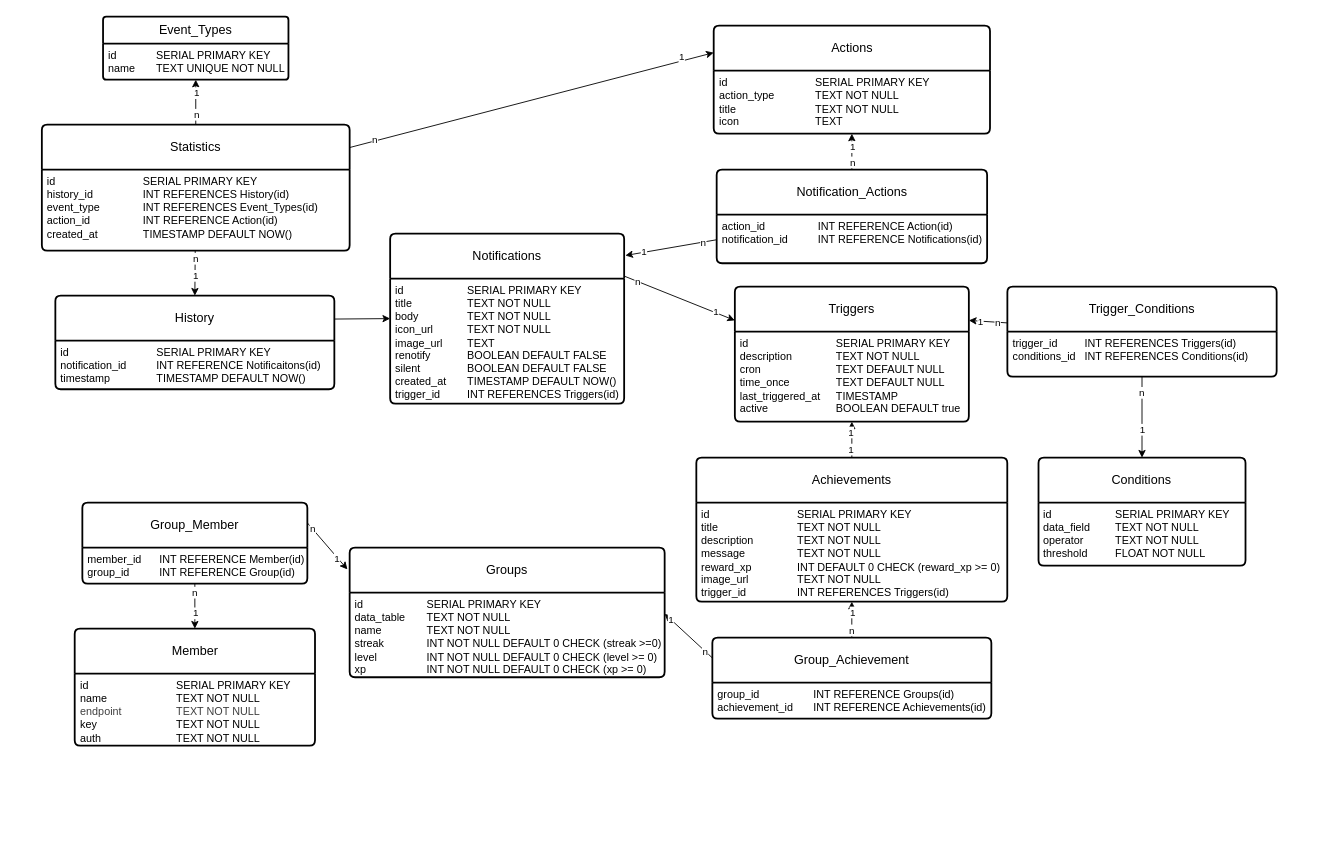
olHannes/WebPush-Docs keeps this draw.io diagram as Database/docs/database_construction.drawio. Above is the earlier version. Source tidied: cells renumbered, new cells numbered last; positions are measured from the earlier drawing's top-left corner, leaving out a move shared by most shapes. Both pictures are drawn from the tidied source at 90%, with x=0, y=0 at pixel (41, 16).
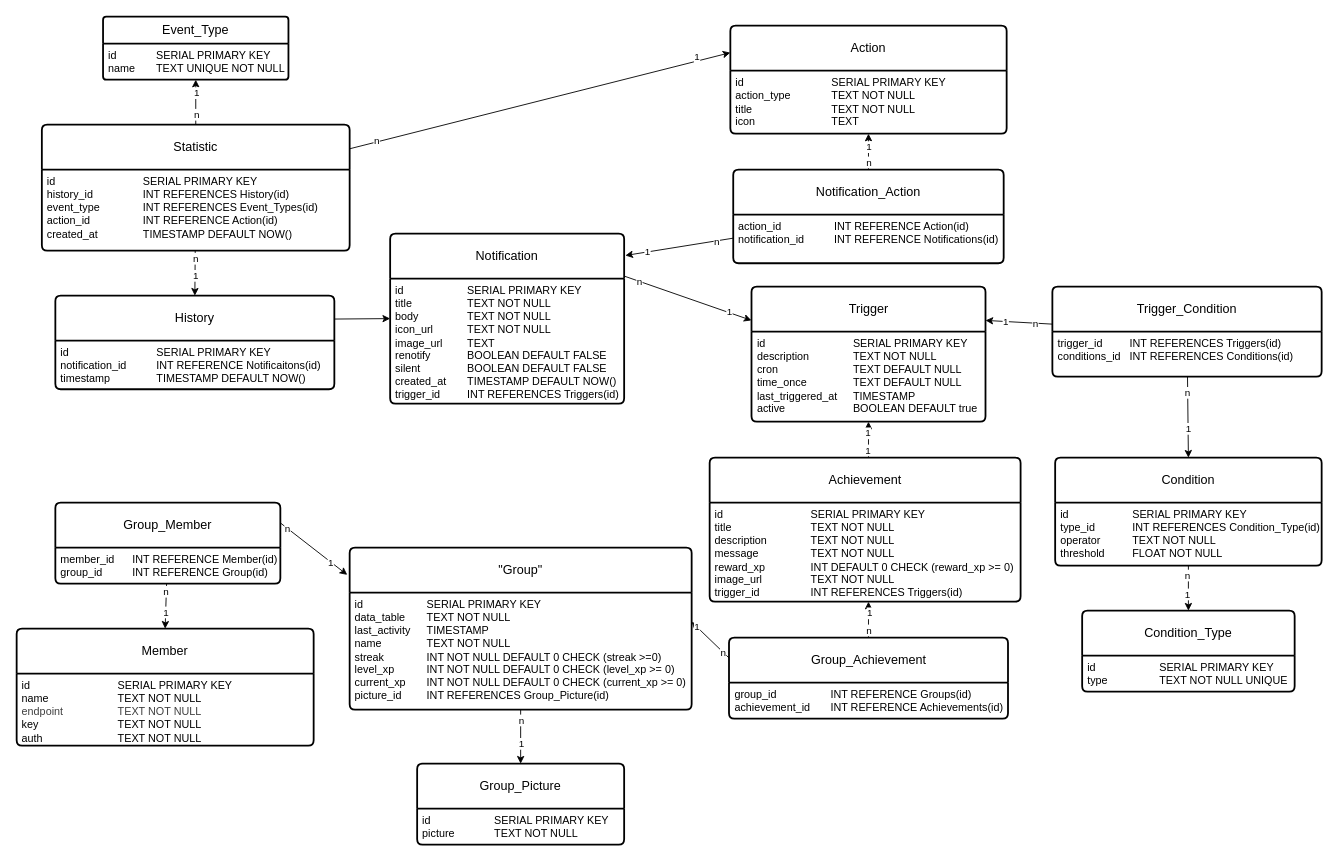
After the change.

Commit message (it also covers changes not shown here):
refactored database

Unchanged cells that the change refers to:
```xml
<mxCell id="5" value="id&lt;span style=&quot;white-space: pre;&quot;&gt;&#9;&lt;/span&gt;&lt;span style=&quot;white-space: pre;&quot;&gt;&#9;&lt;/span&gt;&lt;span style=&quot;white-space: pre;&quot;&gt;&#9;&lt;span style=&quot;white-space: pre;&quot;&gt;&#9;&lt;/span&gt;&lt;/span&gt;SERIAL PRIMARY KEY&lt;div&gt;&lt;div&gt;&lt;font color=&quot;#000000&quot;&gt;description&lt;span style=&quot;white-space: pre;&quot;&gt;&#9;&lt;/span&gt;&lt;span style=&quot;white-space: pre;&quot;&gt;&#9;&lt;/span&gt;TEXT NOT NULL&lt;/font&gt;&lt;/div&gt;&lt;div&gt;&lt;font color=&quot;#000000&quot;&gt;cron&amp;nbsp;&lt;span style=&quot;white-space: pre;&quot;&gt;&#9;&lt;/span&gt;&lt;span style=&quot;white-space: pre;&quot;&gt;&#9;&lt;/span&gt;&lt;span style=&quot;white-space: pre;&quot;&gt;&#9;&lt;/span&gt;TEXT DEFAULT NULL&lt;/font&gt;&lt;/div&gt;&lt;div&gt;time_once&lt;span style=&quot;white-space: pre;&quot;&gt;&#9;&lt;/span&gt;&lt;span style=&quot;white-space: pre;&quot;&gt;&#9;&lt;/span&gt;TEXT DEFAULT NULL&lt;/div&gt;&lt;div&gt;&lt;font color=&quot;#000000&quot;&gt;last_triggered_at&lt;span style=&quot;white-space: pre;&quot;&gt;&#9;&lt;/span&gt;TIMESTAMP&lt;/font&gt;&lt;/div&gt;&lt;div&gt;&lt;font color=&quot;#000000&quot;&gt;active&lt;span style=&quot;white-space: pre;&quot;&gt;&#9;&lt;/span&gt;&lt;span style=&quot;white-space: pre;&quot;&gt;&#9;&lt;/span&gt;&lt;span style=&quot;white-space: pre;&quot;&gt;&#9;&lt;/span&gt;BOOLEAN DEFAULT true&lt;/font&gt;&lt;/div&gt;&lt;/div&gt;" style="align=left;strokeColor=none;fillColor=none;spacingLeft=4;fontSize=12;verticalAlign=top;html=1;" parent="4" vertex="1">
  <mxGeometry y="50" width="260" height="100" as="geometry" />
</mxCell>
<mxCell id="28" value="id&lt;span style=&quot;white-space: pre;&quot;&gt;&#9;&lt;/span&gt;&lt;span style=&quot;white-space: pre;&quot;&gt;&#9;&lt;/span&gt;&lt;span style=&quot;white-space: pre;&quot;&gt;&#9;&lt;span style=&quot;white-space: pre;&quot;&gt;&#9;&lt;/span&gt;&lt;/span&gt;SERIAL PRIMARY KEY&lt;div&gt;&lt;font color=&quot;#000000&quot;&gt;title&lt;span style=&quot;white-space: pre;&quot;&gt;&#9;&lt;/span&gt;&lt;span style=&quot;white-space: pre;&quot;&gt;&#9;&lt;/span&gt;&lt;span style=&quot;white-space: pre;&quot;&gt;&#9;&lt;/span&gt;&lt;span style=&quot;white-space: pre;&quot;&gt;&#9;&lt;/span&gt;TEXT NOT NULL&lt;br&gt;&lt;/font&gt;&lt;div&gt;&lt;div&gt;description&lt;span style=&quot;white-space: pre;&quot;&gt;&#9;&lt;/span&gt;&lt;span style=&quot;white-space: pre;&quot;&gt;&#9;&lt;/span&gt;TEXT NOT NULL&lt;/div&gt;&lt;div&gt;message&lt;span style=&quot;white-space: pre;&quot;&gt;&#9;&lt;/span&gt;&lt;span style=&quot;white-space: pre;&quot;&gt;&#9;&lt;/span&gt;&lt;span style=&quot;white-space: pre;&quot;&gt;&#9;&lt;/span&gt;TEXT NOT NULL&lt;/div&gt;&lt;div&gt;reward_xp&lt;span style=&quot;white-space: pre;&quot;&gt;&#9;&lt;/span&gt;&lt;span style=&quot;white-space: pre;&quot;&gt;&#9;&lt;/span&gt;INT DEFAULT 0 CHECK (reward_xp &amp;gt;= 0)&lt;/div&gt;&lt;div&gt;image_url&lt;span style=&quot;white-space: pre;&quot;&gt;&#9;&lt;/span&gt;&lt;span style=&quot;white-space: pre;&quot;&gt;&#9;&lt;/span&gt;TEXT NOT NULL&lt;/div&gt;&lt;div&gt;trigger_id&lt;span style=&quot;white-space: pre;&quot;&gt;&#9;&lt;/span&gt;&lt;span style=&quot;white-space: pre;&quot;&gt;&#9;&lt;/span&gt;&lt;span style=&quot;white-space: pre;&quot;&gt;&#9;&lt;/span&gt;INT REFERENCES Triggers(id)&lt;/div&gt;&lt;/div&gt;&lt;/div&gt;" style="align=left;strokeColor=none;fillColor=none;spacingLeft=4;fontSize=12;verticalAlign=top;html=1;" parent="27" vertex="1">
  <mxGeometry y="50" width="345.5" height="110" as="geometry" />
</mxCell>
```

What changed in the source:
```diff
@@
-    <mxCell id="2" value="Notifications" style="swimlane;horizontal=1;startSize=50;rounded=1;fontSize=14;fontStyle=0;strokeWidth=2;shadow=0;dashed=0;align=center;arcSize=4;whiteSpace=wrap;html=1;" parent="1" vertex="1">
+    <mxCell id="2" value="Notification" style="swimlane;horizontal=1;startSize=50;rounded=1;fontSize=14;fontStyle=0;strokeWidth=2;shadow=0;dashed=0;align=center;arcSize=4;whiteSpace=wrap;html=1;" parent="1" vertex="1">
       <mxGeometry x="387" y="241" width="260" height="189" as="geometry" />
     </mxCell>
@@
-    <mxCell id="4" value="Triggers" style="swimlane;horizontal=1;startSize=50;rounded=1;fontSize=14;fontStyle=0;strokeWidth=2;shadow=0;dashed=0;align=center;arcSize=4;whiteSpace=wrap;html=1;" parent="1" vertex="1">
-      <mxGeometry x="770" y="300" width="260" height="150" as="geometry" />
+    <mxCell id="4" value="Trigger" style="swimlane;horizontal=1;startSize=50;rounded=1;fontSize=14;fontStyle=0;strokeWidth=2;shadow=0;dashed=0;align=center;arcSize=4;whiteSpace=wrap;html=1;" parent="1" vertex="1">
+      <mxGeometry x="788.5" y="300" width="260" height="150" as="geometry" />
     </mxCell>
@@
-    <mxCell id="15" value="Statistics" style="swimlane;horizontal=1;startSize=50;rounded=1;fontSize=14;fontStyle=0;strokeWidth=2;shadow=0;dashed=0;align=center;arcSize=4;whiteSpace=wrap;html=1;" parent="1" vertex="1">
+    <mxCell id="15" value="Statistic" style="swimlane;horizontal=1;startSize=50;rounded=1;fontSize=14;fontStyle=0;strokeWidth=2;shadow=0;dashed=0;align=center;arcSize=4;whiteSpace=wrap;html=1;" parent="1" vertex="1">
       <mxGeometry y="120" width="342" height="140" as="geometry" />
     </mxCell>
@@
-    <mxCell id="17" value="Actions" style="swimlane;horizontal=1;startSize=50;rounded=1;fontSize=14;fontStyle=0;strokeWidth=2;shadow=0;dashed=0;align=center;arcSize=4;whiteSpace=wrap;html=1;" parent="1" vertex="1">
-      <mxGeometry x="746.5" y="10" width="307" height="120" as="geometry" />
+    <mxCell id="17" value="Action" style="swimlane;horizontal=1;startSize=50;rounded=1;fontSize=14;fontStyle=0;strokeWidth=2;shadow=0;dashed=0;align=center;arcSize=4;whiteSpace=wrap;html=1;" parent="1" vertex="1">
+      <mxGeometry x="765" y="10" width="307" height="120" as="geometry" />
     </mxCell>
@@
-    <mxCell id="22" value="Groups" style="swimlane;horizontal=1;startSize=50;rounded=1;fontSize=14;fontStyle=0;strokeWidth=2;shadow=0;dashed=0;align=center;arcSize=4;whiteSpace=wrap;html=1;" parent="1" vertex="1">
-      <mxGeometry x="342" y="590" width="350" height="144" as="geometry" />
+    <mxCell id="22" value="&quot;Group&quot;" style="swimlane;horizontal=1;startSize=50;rounded=1;fontSize=14;fontStyle=0;strokeWidth=2;shadow=0;dashed=0;align=center;arcSize=4;whiteSpace=wrap;html=1;" parent="1" vertex="1">
+      <mxGeometry x="342" y="590" width="380" height="180" as="geometry" />
     </mxCell>
-    <mxCell id="23" value="id&lt;span style=&quot;white-space: pre;&quot;&gt;&#9;&lt;/span&gt;&lt;span style=&quot;white-space: pre;&quot;&gt;&#9;&lt;/span&gt;&lt;span style=&quot;white-space: pre;&quot;&gt;&#9;&lt;/span&gt;SERIAL PRIMARY KEY&lt;div&gt;data_table&lt;span style=&quot;white-space: pre;&quot;&gt;&#9;&lt;/span&gt;TEXT NOT NULL&lt;/div&gt;&lt;div&gt;name&lt;span style=&quot;white-space: pre;&quot;&gt;&#9;&lt;/span&gt;&lt;span style=&quot;white-space: pre;&quot;&gt;&#9;&lt;/span&gt;TEXT NOT NULL&lt;/div&gt;&lt;div&gt;streak&lt;span style=&quot;white-space: pre;&quot;&gt;&#9;&lt;/span&gt;&lt;span style=&quot;white-space: pre;&quot;&gt;&#9;&lt;/span&gt;INT NOT NULL DEFAULT 0 CHECK (streak &amp;gt;=0)&lt;/div&gt;&lt;div&gt;level&lt;span style=&quot;white-space: pre;&quot;&gt;&#9;&lt;/span&gt;&lt;span style=&quot;white-space: pre;&quot;&gt;&#9;&lt;/span&gt;&lt;span style=&quot;white-space: pre;&quot;&gt;&#9;&lt;/span&gt;INT NOT NULL DEFAULT 0 CHECK (level &amp;gt;= 0)&lt;/div&gt;&lt;div&gt;xp&lt;span style=&quot;white-space: pre;&quot;&gt;&#9;&lt;/span&gt;&lt;span style=&quot;white-space: pre;&quot;&gt;&#9;&lt;/span&gt;&lt;span style=&quot;white-space: pre;&quot;&gt;&#9;&lt;/span&gt;INT NOT NULL DEFAULT 0 CHECK (xp &amp;gt;= 0)&lt;/div&gt;" style="align=left;strokeColor=none;fillColor=none;spacingLeft=4;fontSize=12;verticalAlign=top;html=1;" parent="22" vertex="1">
-      <mxGeometry y="50" width="350" height="94" as="geometry" />
+    <mxCell id="23" value="id&lt;span style=&quot;white-space: pre;&quot;&gt;&#9;&lt;/span&gt;&lt;span style=&quot;white-space: pre;&quot;&gt;&#9;&lt;/span&gt;&lt;span style=&quot;white-space: pre;&quot;&gt;&#9;&lt;/span&gt;SERIAL PRIMARY KEY&lt;div&gt;data_table&lt;span style=&quot;white-space: pre;&quot;&gt;&#9;&lt;/span&gt;TEXT NOT NULL&lt;/div&gt;&lt;div&gt;last_activity&lt;span style=&quot;white-space: pre;&quot;&gt;&#9;&lt;/span&gt;TIMESTAMP&lt;/div&gt;&lt;div&gt;name&lt;span style=&quot;white-space: pre;&quot;&gt;&#9;&lt;/span&gt;&lt;span style=&quot;white-space: pre;&quot;&gt;&#9;&lt;/span&gt;TEXT NOT NULL&lt;/div&gt;&lt;div&gt;streak&lt;span style=&quot;white-space: pre;&quot;&gt;&#9;&lt;/span&gt;&lt;span style=&quot;white-space: pre;&quot;&gt;&#9;&lt;/span&gt;INT NOT NULL DEFAULT 0 CHECK (streak &amp;gt;=0)&lt;/div&gt;&lt;div&gt;level_xp&lt;span style=&quot;white-space: pre;&quot;&gt;&#9;&lt;/span&gt;&lt;span style=&quot;white-space: pre;&quot;&gt;&#9;&lt;/span&gt;INT NOT NULL DEFAULT 0 CHECK (level_xp &amp;gt;= 0)&lt;/div&gt;&lt;div&gt;current_xp&lt;span style=&quot;white-space: pre;&quot;&gt;&#9;&lt;/span&gt;INT NOT NULL DEFAULT 0 CHECK (current_xp &amp;gt;= 0)&lt;/div&gt;&lt;div&gt;picture_id&lt;span style=&quot;white-space: pre;&quot;&gt;&#9;&lt;/span&gt;INT REFERENCES Group_Picture(id)&lt;/div&gt;" style="align=left;strokeColor=none;fillColor=none;spacingLeft=4;fontSize=12;verticalAlign=top;html=1;" parent="22" vertex="1">
+      <mxGeometry y="50" width="380" height="130" as="geometry" />
     </mxCell>
-    <mxCell id="24" style="edgeStyle=none;html=1;entryX=0.5;entryY=1;entryDx=0;entryDy=0;" parent="1" edge="1" source="27" target="5">
-      <mxGeometry relative="1" as="geometry" />
+    <mxCell id="24" style="edgeStyle=none;html=1;entryX=0.5;entryY=1;entryDx=0;entryDy=0;" parent="1" edge="1" target="5">
+      <mxGeometry relative="1" as="geometry">
+        <mxPoint x="918.5" y="490" as="sourcePoint" />
+      </mxGeometry>
     </mxCell>
@@
-    <mxCell id="27" value="Achievements" style="swimlane;horizontal=1;startSize=50;rounded=1;fontSize=14;fontStyle=0;strokeWidth=2;shadow=0;dashed=0;align=center;arcSize=4;whiteSpace=wrap;html=1;" parent="1" vertex="1">
-      <mxGeometry x="727.2" y="490" width="345.5" height="160" as="geometry" />
+    <mxCell id="27" value="Achievement" style="swimlane;horizontal=1;startSize=50;rounded=1;fontSize=14;fontStyle=0;strokeWidth=2;shadow=0;dashed=0;align=center;arcSize=4;whiteSpace=wrap;html=1;" parent="1" vertex="1">
+      <mxGeometry x="742" y="490" width="345.5" height="160" as="geometry" />
     </mxCell>
@@
-    <mxCell id="32" style="edgeStyle=none;html=1;entryX=0.5;entryY=1;entryDx=0;entryDy=0;" parent="1" edge="1" source="35" target="28">
-      <mxGeometry relative="1" as="geometry" />
+    <mxCell id="32" style="edgeStyle=none;html=1;entryX=0.5;entryY=1;entryDx=0;entryDy=0;" parent="1" edge="1" source="35">
+      <mxGeometry relative="1" as="geometry">
+        <mxPoint x="918.5" y="650" as="targetPoint" />
+      </mxGeometry>
     </mxCell>
@@
     <mxCell id="35" value="Group_Achievement" style="swimlane;horizontal=1;startSize=50;rounded=1;fontSize=14;fontStyle=0;strokeWidth=2;shadow=0;dashed=0;align=center;arcSize=4;whiteSpace=wrap;html=1;" parent="1" vertex="1">
-      <mxGeometry x="745" y="690" width="310" height="90" as="geometry" />
+      <mxGeometry x="763.5" y="690" width="310" height="90" as="geometry" />
     </mxCell>
@@
     <mxCell id="37" value="Member" style="swimlane;horizontal=1;startSize=50;rounded=1;fontSize=14;fontStyle=0;strokeWidth=2;shadow=0;dashed=0;align=center;arcSize=4;whiteSpace=wrap;html=1;" parent="1" vertex="1">
-      <mxGeometry x="36.5" y="680" width="267" height="130" as="geometry" />
+      <mxGeometry x="-28" y="680" width="330" height="130" as="geometry" />
     </mxCell>
     <mxCell id="38" value="id&lt;span style=&quot;white-space: pre;&quot;&gt;&#9;&lt;/span&gt;&lt;span style=&quot;white-space: pre;&quot;&gt;&#9;&lt;/span&gt;&lt;span style=&quot;white-space: pre;&quot;&gt;&#9;&lt;span style=&quot;white-space: pre;&quot;&gt;&#9;&lt;/span&gt;&lt;/span&gt;SERIAL PRIMARY KEY&lt;div&gt;name&lt;span style=&quot;white-space: pre;&quot;&gt;&#9;&lt;/span&gt;&lt;span style=&quot;white-space: pre;&quot;&gt;&#9;&lt;/span&gt;&lt;span style=&quot;white-space: pre;&quot;&gt;&#9;&lt;/span&gt;TEXT NOT NULL&lt;/div&gt;&lt;div&gt;&lt;span style=&quot;color: rgb(63, 63, 63); background-color: transparent;&quot;&gt;endpoint&lt;/span&gt;&lt;span style=&quot;color: rgb(63, 63, 63); background-color: transparent; white-space-collapse: preserve;&quot;&gt;&#9;&lt;/span&gt;&lt;span style=&quot;color: rgb(63, 63, 63); background-color: transparent; white-space-collapse: preserve;&quot;&gt;&#9;&lt;span style=&quot;white-space: pre;&quot;&gt;&#9;&lt;/span&gt;&lt;/span&gt;&lt;span style=&quot;color: rgb(63, 63, 63); background-color: transparent;&quot;&gt;TEXT NOT NULL&lt;/span&gt;&lt;/div&gt;&lt;div&gt;key&lt;span style=&quot;white-space: pre;&quot;&gt;&#9;&lt;/span&gt;&lt;span style=&quot;white-space: pre;&quot;&gt;&#9;&lt;span style=&quot;white-space: pre;&quot;&gt;&#9;&lt;/span&gt;&lt;span style=&quot;white-space: pre;&quot;&gt;&#9;&lt;/span&gt;&lt;/span&gt;TEXT NOT NULL&lt;/div&gt;&lt;div&gt;auth&lt;span style=&quot;white-space: pre;&quot;&gt;&#9;&lt;/span&gt;&lt;span style=&quot;white-space: pre;&quot;&gt;&#9;&lt;/span&gt;&lt;span style=&quot;white-space: pre;&quot;&gt;&#9;&lt;/span&gt;&lt;span style=&quot;white-space: pre;&quot;&gt;&#9;&lt;/span&gt;TEXT NOT NULL&lt;/div&gt;" style="align=left;strokeColor=none;fillColor=none;spacingLeft=4;fontSize=12;verticalAlign=top;html=1;" parent="37" vertex="1">
-      <mxGeometry y="50" width="267" height="80" as="geometry" />
+      <mxGeometry y="50" width="330" height="80" as="geometry" />
     </mxCell>
@@
     <mxCell id="45" value="Group_Member" style="swimlane;horizontal=1;startSize=50;rounded=1;fontSize=14;fontStyle=0;strokeWidth=2;shadow=0;dashed=0;align=center;arcSize=4;whiteSpace=wrap;html=1;" parent="1" vertex="1">
-      <mxGeometry x="45" y="540" width="250" height="90" as="geometry" />
+      <mxGeometry x="15" y="540" width="250" height="90" as="geometry" />
     </mxCell>
@@
-    <mxCell id="56" value="Notification_Actions" style="swimlane;horizontal=1;startSize=50;rounded=1;fontSize=14;fontStyle=0;strokeWidth=2;shadow=0;dashed=0;align=center;arcSize=4;whiteSpace=wrap;html=1;" parent="1" vertex="1">
-      <mxGeometry x="749.8" y="170" width="300.5" height="104" as="geometry" />
+    <mxCell id="56" value="Notification_Action" style="swimlane;horizontal=1;startSize=50;rounded=1;fontSize=14;fontStyle=0;strokeWidth=2;shadow=0;dashed=0;align=center;arcSize=4;whiteSpace=wrap;html=1;" parent="1" vertex="1">
+      <mxGeometry x="768.2" y="170" width="300.5" height="104" as="geometry" />
     </mxCell>
@@
-    <mxCell id="58" value="Event_Types" style="swimlane;horizontal=1;startSize=30;rounded=1;fontSize=14;fontStyle=0;strokeWidth=2;shadow=0;dashed=0;align=center;arcSize=4;whiteSpace=wrap;html=1;" parent="1" vertex="1">
+    <mxCell id="58" value="Event_Type" style="swimlane;horizontal=1;startSize=30;rounded=1;fontSize=14;fontStyle=0;strokeWidth=2;shadow=0;dashed=0;align=center;arcSize=4;whiteSpace=wrap;html=1;" parent="1" vertex="1">
       <mxGeometry x="68" width="206" height="70" as="geometry" />
     </mxCell>
@@
-    <mxCell id="60" value="Conditions" style="swimlane;horizontal=1;startSize=50;rounded=1;fontSize=14;fontStyle=0;strokeWidth=2;shadow=0;dashed=0;align=center;arcSize=4;whiteSpace=wrap;html=1;" parent="1" vertex="1">
-      <mxGeometry x="1107.4" y="490" width="230" height="120" as="geometry" />
+    <mxCell id="60" value="Condition" style="swimlane;horizontal=1;startSize=50;rounded=1;fontSize=14;fontStyle=0;strokeWidth=2;shadow=0;dashed=0;align=center;arcSize=4;whiteSpace=wrap;html=1;" parent="1" vertex="1">
+      <mxGeometry x="1125.9" y="490" width="296.1" height="120" as="geometry" />
     </mxCell>
-    <mxCell id="61" value="&lt;div&gt;&lt;div&gt;&lt;div&gt;id&lt;span style=&quot;white-space: pre;&quot;&gt;&#9;&lt;/span&gt;&lt;span style=&quot;white-space: pre;&quot;&gt;&#9;&lt;/span&gt;&lt;span style=&quot;white-space: pre;&quot;&gt;&#9;&lt;/span&gt;SERIAL PRIMARY KEY&lt;/div&gt;&lt;/div&gt;&lt;/div&gt;&lt;div&gt;data_field&lt;span style=&quot;white-space: pre;&quot;&gt;&#9;&lt;/span&gt;TEXT NOT NULL&lt;/div&gt;&lt;div&gt;operator&lt;span style=&quot;white-space: pre;&quot;&gt;&#9;&lt;/span&gt;&lt;span style=&quot;white-space: pre;&quot;&gt;&#9;&lt;/span&gt;TEXT NOT NULL&lt;/div&gt;&lt;div&gt;threshold&lt;span style=&quot;white-space: pre;&quot;&gt;&#9;&lt;/span&gt;&lt;span style=&quot;white-space: pre;&quot;&gt;&#9;&lt;/span&gt;FLOAT NOT NULL&lt;/div&gt;" style="align=left;strokeColor=none;fillColor=none;spacingLeft=4;fontSize=12;verticalAlign=top;html=1;" parent="60" vertex="1">
-      <mxGeometry y="50" width="230" height="70" as="geometry" />
+    <mxCell id="61" value="&lt;div&gt;&lt;div&gt;&lt;div&gt;id&lt;span style=&quot;white-space: pre;&quot;&gt;&#9;&lt;/span&gt;&lt;span style=&quot;white-space: pre;&quot;&gt;&#9;&lt;/span&gt;&lt;span style=&quot;white-space: pre;&quot;&gt;&#9;&lt;/span&gt;SERIAL PRIMARY KEY&lt;/div&gt;&lt;/div&gt;&lt;/div&gt;&lt;div&gt;type_id&lt;span style=&quot;white-space: pre;&quot;&gt;&#9;&lt;/span&gt;&lt;span style=&quot;white-space: pre;&quot;&gt;&#9;&lt;/span&gt;INT REFERENCES Condition_Type(id)&lt;/div&gt;&lt;div&gt;operator&lt;span style=&quot;white-space: pre;&quot;&gt;&#9;&lt;/span&gt;&lt;span style=&quot;white-space: pre;&quot;&gt;&#9;&lt;/span&gt;TEXT NOT NULL&lt;/div&gt;&lt;div&gt;threshold&lt;span style=&quot;white-space: pre;&quot;&gt;&#9;&lt;/span&gt;&lt;span style=&quot;white-space: pre;&quot;&gt;&#9;&lt;/span&gt;FLOAT NOT NULL&lt;/div&gt;" style="align=left;strokeColor=none;fillColor=none;spacingLeft=4;fontSize=12;verticalAlign=top;html=1;" parent="60" vertex="1">
+      <mxGeometry y="50" width="296.1" height="70" as="geometry" />
     </mxCell>
@@
-    <mxCell id="68" value="Trigger_Conditions" style="swimlane;horizontal=1;startSize=50;rounded=1;fontSize=14;fontStyle=0;strokeWidth=2;shadow=0;dashed=0;align=center;arcSize=4;whiteSpace=wrap;html=1;" parent="1" vertex="1">
-      <mxGeometry x="1072.8" y="300" width="299.2" height="100" as="geometry" />
+    <mxCell id="68" value="Trigger_Condition" style="swimlane;horizontal=1;startSize=50;rounded=1;fontSize=14;fontStyle=0;strokeWidth=2;shadow=0;dashed=0;align=center;arcSize=4;whiteSpace=wrap;html=1;" parent="1" vertex="1">
+      <mxGeometry x="1122.8" y="300" width="299.2" height="100" as="geometry" />
     </mxCell>
@@
+    <mxCell id="70" value="Group_Picture" style="swimlane;horizontal=1;startSize=50;rounded=1;fontSize=14;fontStyle=0;strokeWidth=2;shadow=0;dashed=0;align=center;arcSize=4;whiteSpace=wrap;html=1;" parent="1" vertex="1">
+      <mxGeometry x="417" y="830" width="230" height="90" as="geometry" />
+    </mxCell>
+    <mxCell id="71" value="&lt;div&gt;&lt;div&gt;&lt;div&gt;id&lt;span style=&quot;white-space: pre;&quot;&gt;&#9;&lt;/span&gt;&lt;span style=&quot;white-space: pre;&quot;&gt;&#9;&lt;/span&gt;&lt;span style=&quot;white-space: pre;&quot;&gt;&#9;&lt;/span&gt;SERIAL PRIMARY KEY&lt;/div&gt;&lt;/div&gt;&lt;/div&gt;&lt;div&gt;picture&lt;span style=&quot;white-space: pre;&quot;&gt;&#9;&lt;/span&gt;&lt;span style=&quot;white-space: pre;&quot;&gt;&#9;&lt;/span&gt;TEXT NOT NULL&lt;/div&gt;" style="align=left;strokeColor=none;fillColor=none;spacingLeft=4;fontSize=12;verticalAlign=top;html=1;" parent="70" vertex="1">
+      <mxGeometry y="50" width="230" height="40" as="geometry" />
+    </mxCell>
+    <mxCell id="72" style="edgeStyle=none;html=1;" parent="1" edge="1" source="23" target="70">
+      <mxGeometry relative="1" as="geometry" />
+    </mxCell>
+    <mxCell id="73" value="1" style="edgeLabel;html=1;align=center;verticalAlign=middle;" parent="72" vertex="1">
+      <mxGeometry x="0.23" relative="1" as="geometry" />
+    </mxCell>
+    <mxCell id="74" value="n" style="edgeLabel;html=1;align=center;verticalAlign=middle;" parent="72" vertex="1">
+      <mxGeometry x="-0.65" relative="1" as="geometry" />
+    </mxCell>
+    <mxCell id="75" value="Condition_Type" style="swimlane;horizontal=1;startSize=50;rounded=1;fontSize=14;fontStyle=0;strokeWidth=2;shadow=0;dashed=0;align=center;arcSize=4;whiteSpace=wrap;html=1;" parent="1" vertex="1">
+      <mxGeometry x="1155.9" y="660" width="236.1" height="90" as="geometry" />
+    </mxCell>
+    <mxCell id="76" value="&lt;div&gt;&lt;div&gt;&lt;div&gt;id&lt;span style=&quot;white-space: pre;&quot;&gt;&#9;&lt;/span&gt;&lt;span style=&quot;white-space: pre;&quot;&gt;&#9;&lt;/span&gt;&lt;span style=&quot;white-space: pre;&quot;&gt;&#9;&lt;/span&gt;SERIAL PRIMARY KEY&lt;/div&gt;&lt;/div&gt;&lt;/div&gt;&lt;div&gt;type&lt;span style=&quot;white-space: pre;&quot;&gt;&#9;&lt;/span&gt;&lt;span style=&quot;white-space: pre;&quot;&gt;&#9;&lt;span style=&quot;white-space: pre;&quot;&gt;&#9;&lt;/span&gt;TEXT NOT NULL UNIQUE&lt;/span&gt;&lt;/div&gt;" style="align=left;strokeColor=none;fillColor=none;spacingLeft=4;fontSize=12;verticalAlign=top;html=1;" parent="75" vertex="1">
+      <mxGeometry y="50" width="236.1" height="40" as="geometry" />
+    </mxCell>
+    <mxCell id="77" style="edgeStyle=none;html=1;" parent="1" edge="1" source="61" target="75">
+      <mxGeometry relative="1" as="geometry" />
+    </mxCell>
+    <mxCell id="78" value="1" style="edgeLabel;html=1;align=center;verticalAlign=middle;" parent="77" vertex="1">
+      <mxGeometry x="0.22" y="-1" relative="1" as="geometry" />
+    </mxCell>
+    <mxCell id="79" value="n" style="edgeLabel;html=1;align=center;verticalAlign=middle;" parent="77" vertex="1">
+      <mxGeometry x="-0.62" y="-1" relative="1" as="geometry" />
+    </mxCell>
```
